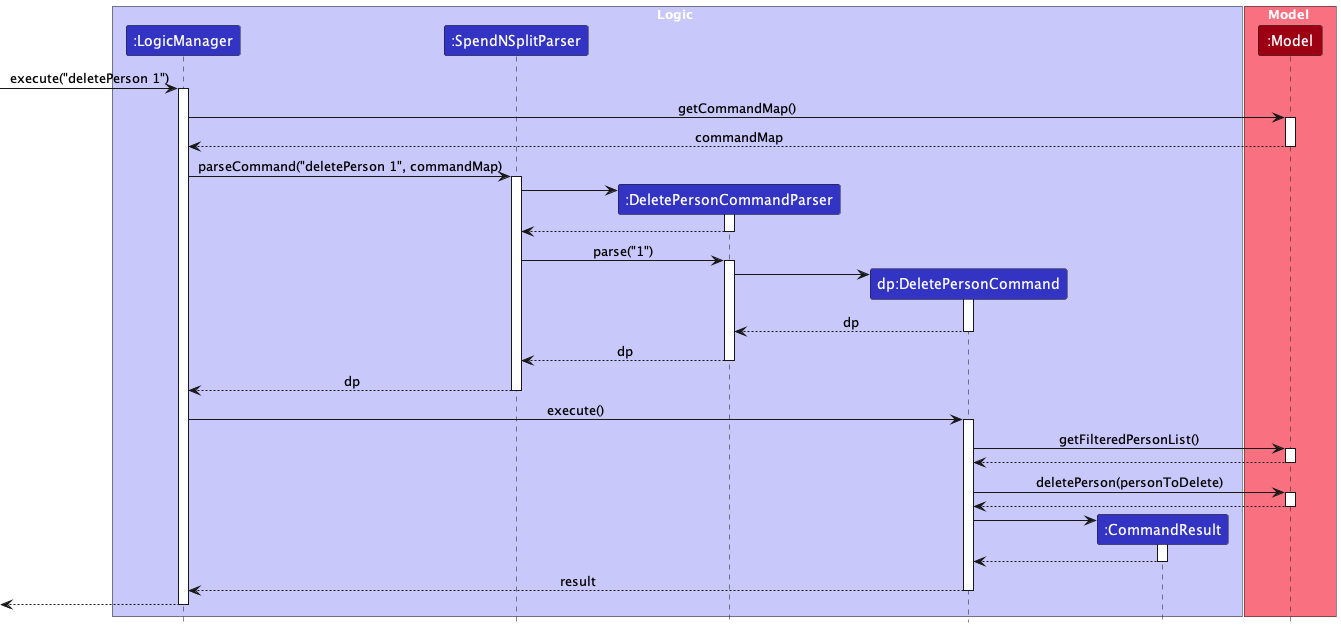
Above: docs/images/DeletePersonSequenceDiagram.png in wui-hong/tp (PlantUML), before the change.
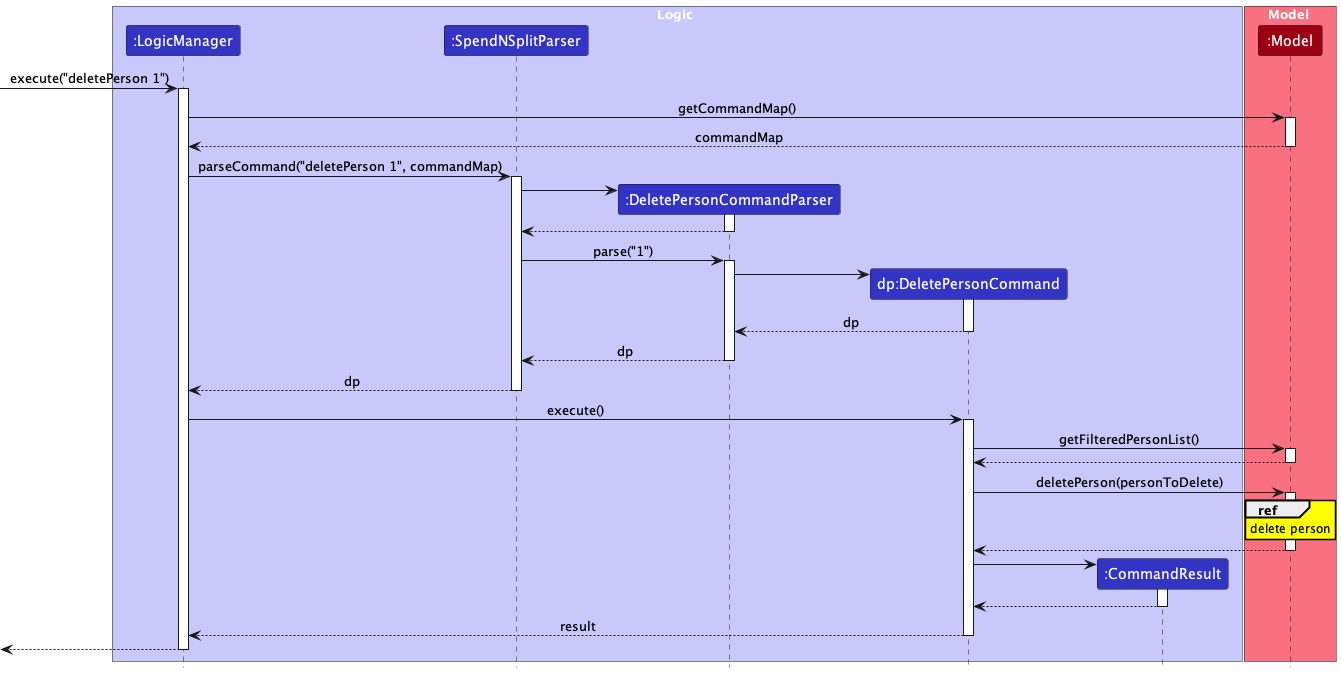
After the change.

Commit message:
Enhance person-related sequence diagrams

Diff of the diagram source:
```diff
@@ -1,6 +1,7 @@
 @startuml
 !include style.puml
 skinparam ArrowFontStyle plain
+skinparam sequenceReferenceBackgroundColor yellow
 
 box Logic LOGIC_COLOR_T1
 participant ":LogicManager" as LogicManager LOGIC_COLOR
@@ -60,6 +61,7 @@
 DeletePersonCommand -> Model : deletePerson(personToDelete)
 activate Model
 
+ref over Model : delete person
 Model --> DeletePersonCommand
 deactivate Model
 
```
